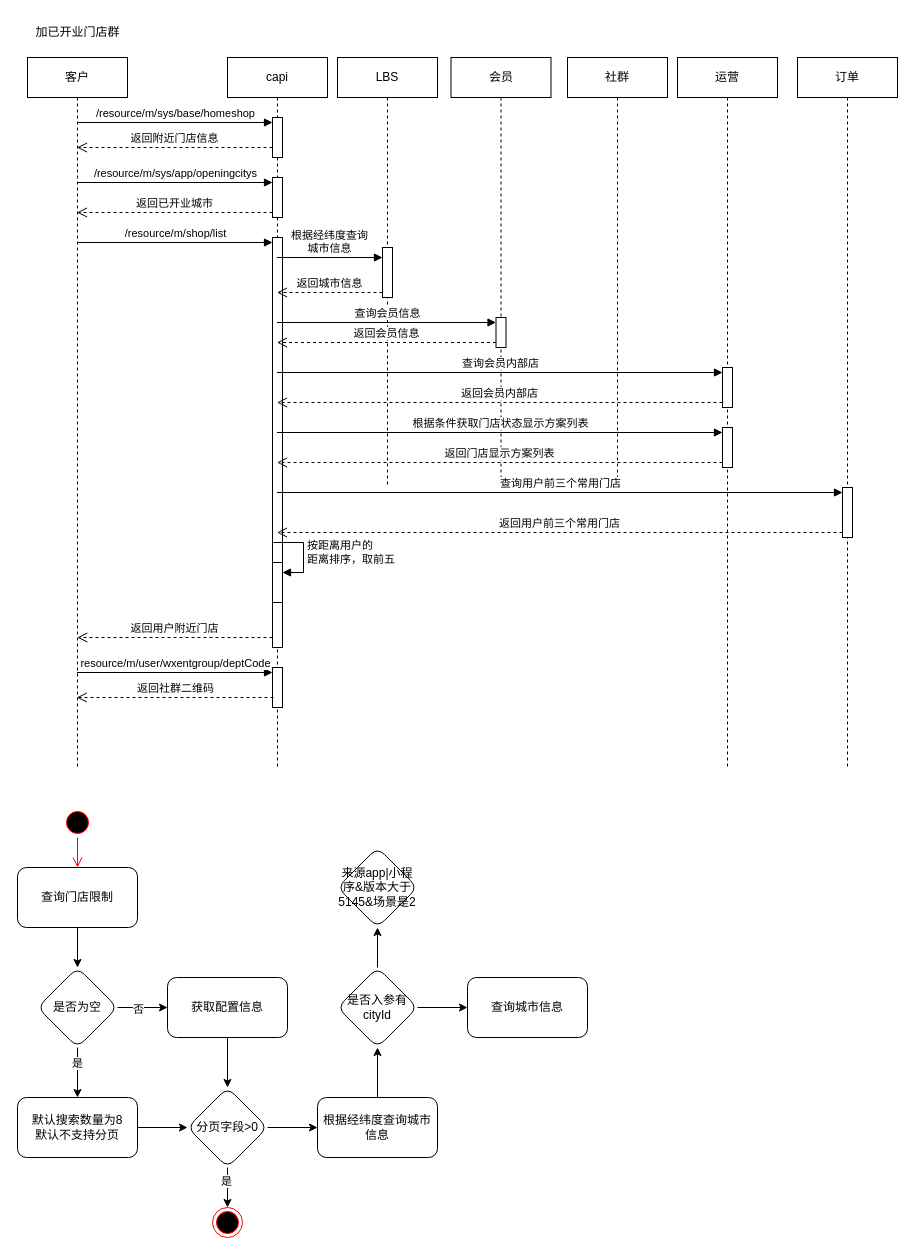
y13513867074/draw keeps this draw.io diagram as page "社群门店加群" (2 of 2) of src/draw/社群.drawio. Above is the earlier version. Source tidied: cells renumbered, new cells numbered last; positions are measured from the earlier drawing's top-left corner, leaving out a move shared by most shapes. Both pictures are drawn from the tidied source at 100%, with x=0, y=0 at pixel (17, 17).
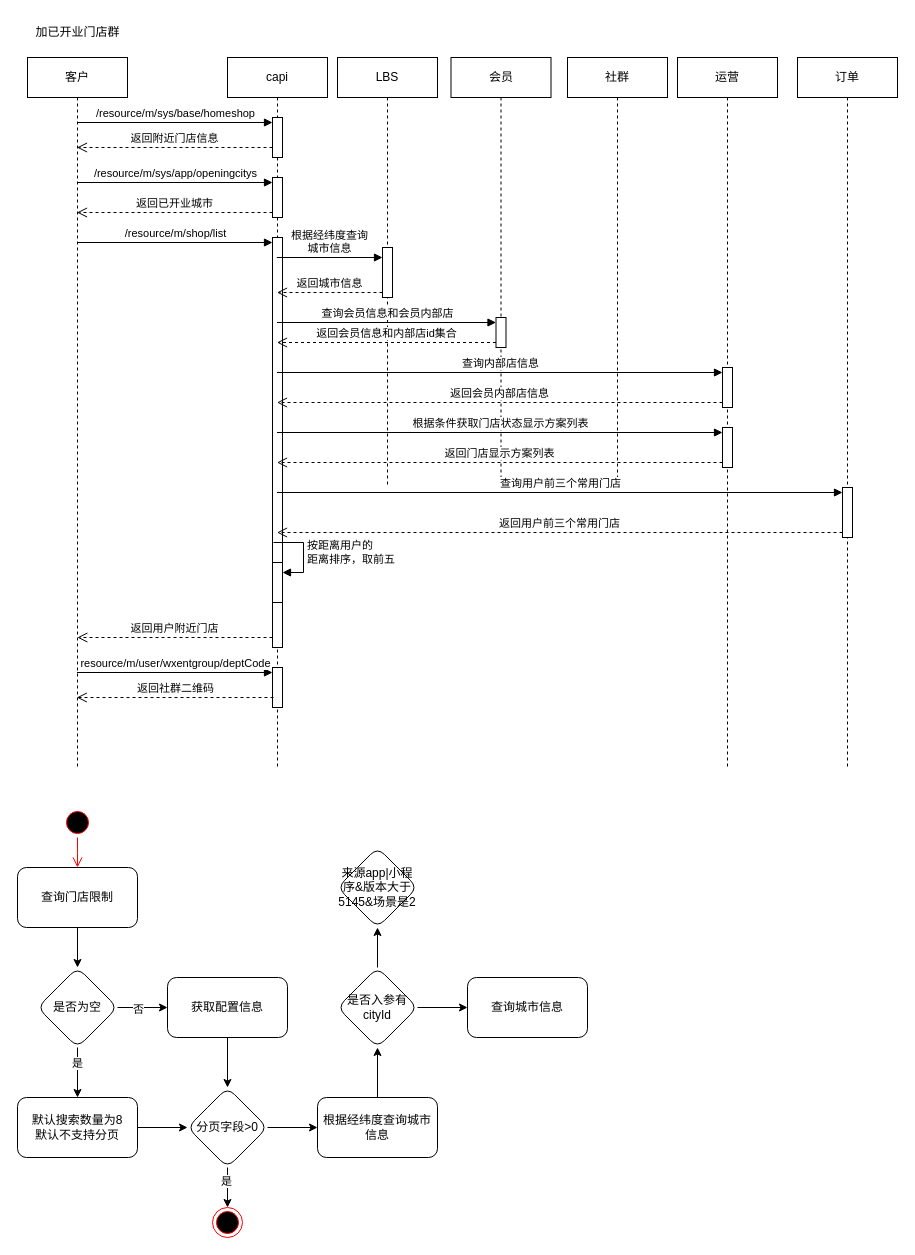
After the change.

The change refers to these unchanged cells:
```xml
<mxCell id="3" value="capi" style="shape=umlLifeline;perimeter=lifelinePerimeter;whiteSpace=wrap;html=1;outlineConnect=0;portConstraint=eastwest;newEdgeStyle={&quot;curved&quot;:0,&quot;rounded&quot;:0};" parent="1" vertex="1">
  <mxGeometry x="210" y="40" width="100" height="710" as="geometry" />
</mxCell>
<mxCell id="12" style="html=1;points=[[0,0,0,0,5],[0,1,0,0,-5],[1,0,0,0,5],[1,1,0,0,-5]];perimeter=orthogonalPerimeter;outlineConnect=0;targetShapes=umlLifeline;portConstraint=eastwest;newEdgeStyle={&quot;curved&quot;:0,&quot;rounded&quot;:0};" parent="11" vertex="1">
  <mxGeometry x="45" y="310" width="10" height="40" as="geometry" />
</mxCell>
<mxCell id="24" style="html=1;points=[[0,0,0,0,5],[0,1,0,0,-5],[1,0,0,0,5],[1,1,0,0,-5]];perimeter=orthogonalPerimeter;outlineConnect=0;targetShapes=umlLifeline;portConstraint=eastwest;newEdgeStyle={&quot;curved&quot;:0,&quot;rounded&quot;:0};" parent="23" vertex="1">
  <mxGeometry x="45" y="260" width="10" height="30" as="geometry" />
</mxCell>
```

The edit, as a diff of the source:
```diff
@@
-    <mxCell id="27" value="查询会员信息" style="html=1;verticalAlign=bottom;endArrow=block;curved=0;rounded=0;entryX=0;entryY=0;entryDx=0;entryDy=5;" parent="1" edge="1" source="3" target="24">
+    <mxCell id="27" value="查询会员信息和会员内部店" style="html=1;verticalAlign=bottom;endArrow=block;curved=0;rounded=0;entryX=0;entryY=0;entryDx=0;entryDy=5;" parent="1" edge="1" source="3" target="24">
       <mxGeometry relative="1" as="geometry" />
     </mxCell>
-    <mxCell id="28" value="返回会员信息" style="html=1;verticalAlign=bottom;endArrow=open;dashed=1;endSize=8;curved=0;rounded=0;exitX=0;exitY=1;exitDx=0;exitDy=-5;" parent="1" edge="1" source="24" target="3">
+    <mxCell id="28" value="返回会员信息和内部店id集合" style="html=1;verticalAlign=bottom;endArrow=open;dashed=1;endSize=8;curved=0;rounded=0;exitX=0;exitY=1;exitDx=0;exitDy=-5;" parent="1" edge="1" source="24" target="3">
       <mxGeometry relative="1" as="geometry" />
     </mxCell>
-    <mxCell id="29" value="查询会员内部店" style="html=1;verticalAlign=bottom;endArrow=block;curved=0;rounded=0;entryX=0;entryY=0;entryDx=0;entryDy=5;" parent="1" edge="1" source="3" target="12">
+    <mxCell id="29" value="查询内部店信息" style="html=1;verticalAlign=bottom;endArrow=block;curved=0;rounded=0;entryX=0;entryY=0;entryDx=0;entryDy=5;" parent="1" edge="1" source="3" target="12">
       <mxGeometry relative="1" as="geometry" />
     </mxCell>
-    <mxCell id="30" value="返回会员内部店" style="html=1;verticalAlign=bottom;endArrow=open;dashed=1;endSize=8;curved=0;rounded=0;exitX=0;exitY=1;exitDx=0;exitDy=-5;" parent="1" edge="1" source="12" target="3">
+    <mxCell id="30" value="返回会员内部店信息" style="html=1;verticalAlign=bottom;endArrow=open;dashed=1;endSize=8;curved=0;rounded=0;exitX=0;exitY=1;exitDx=0;exitDy=-5;" parent="1" edge="1" source="12" target="3">
       <mxGeometry relative="1" as="geometry" />
     </mxCell>
```
